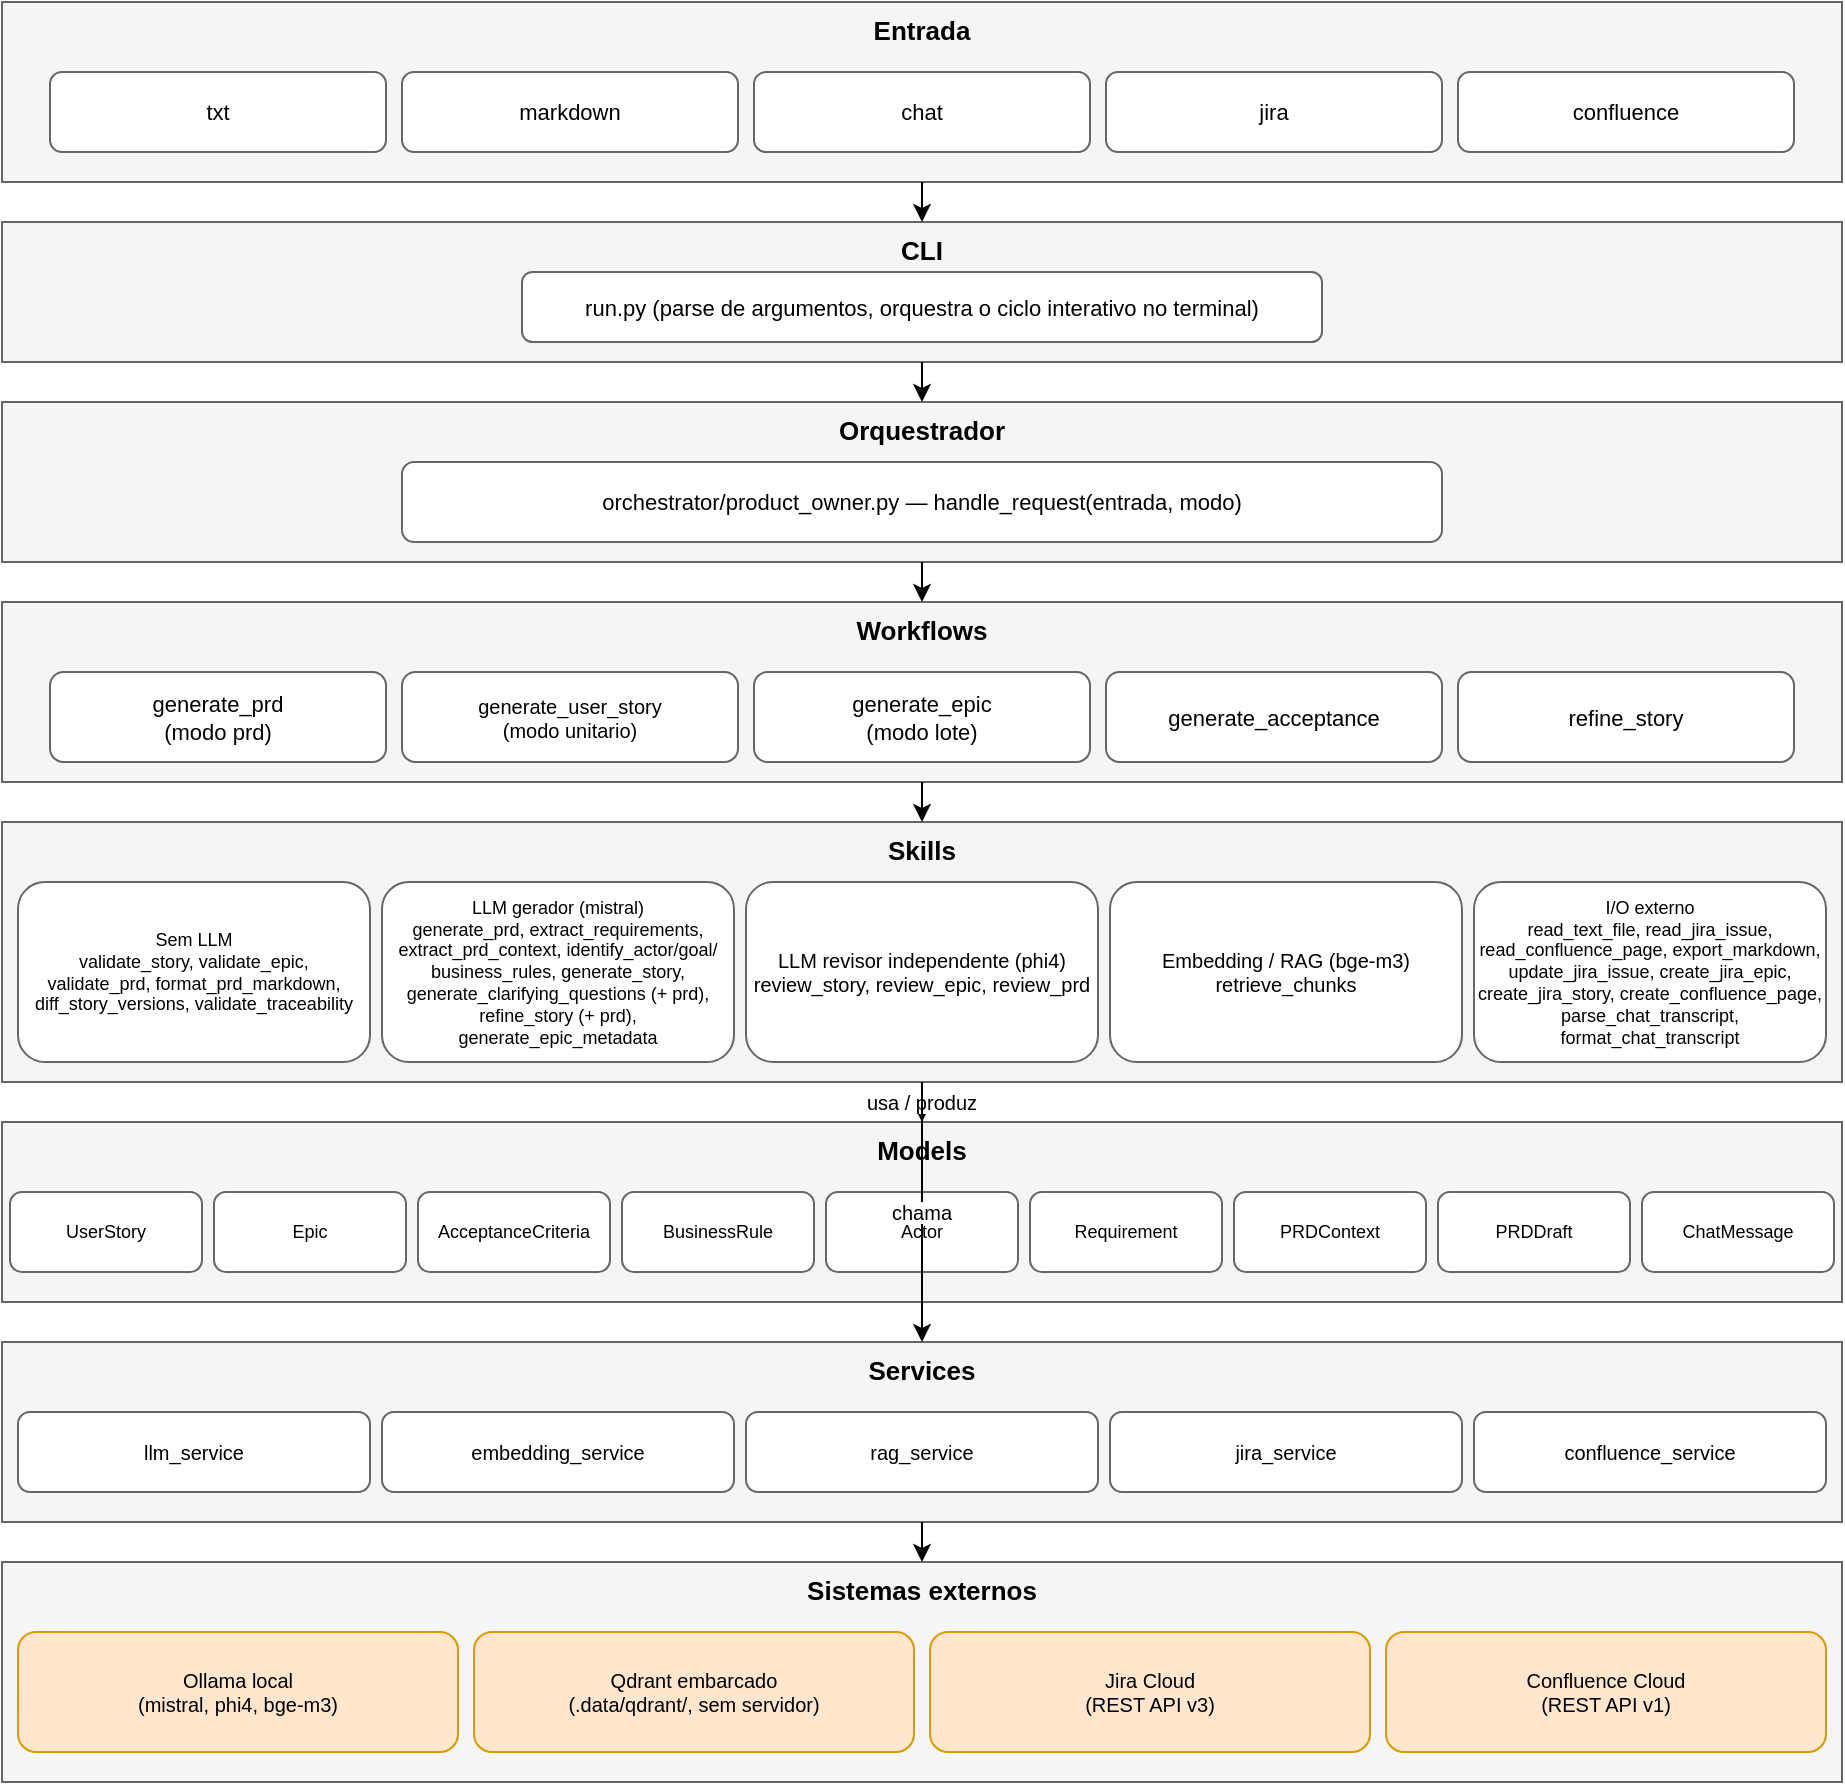
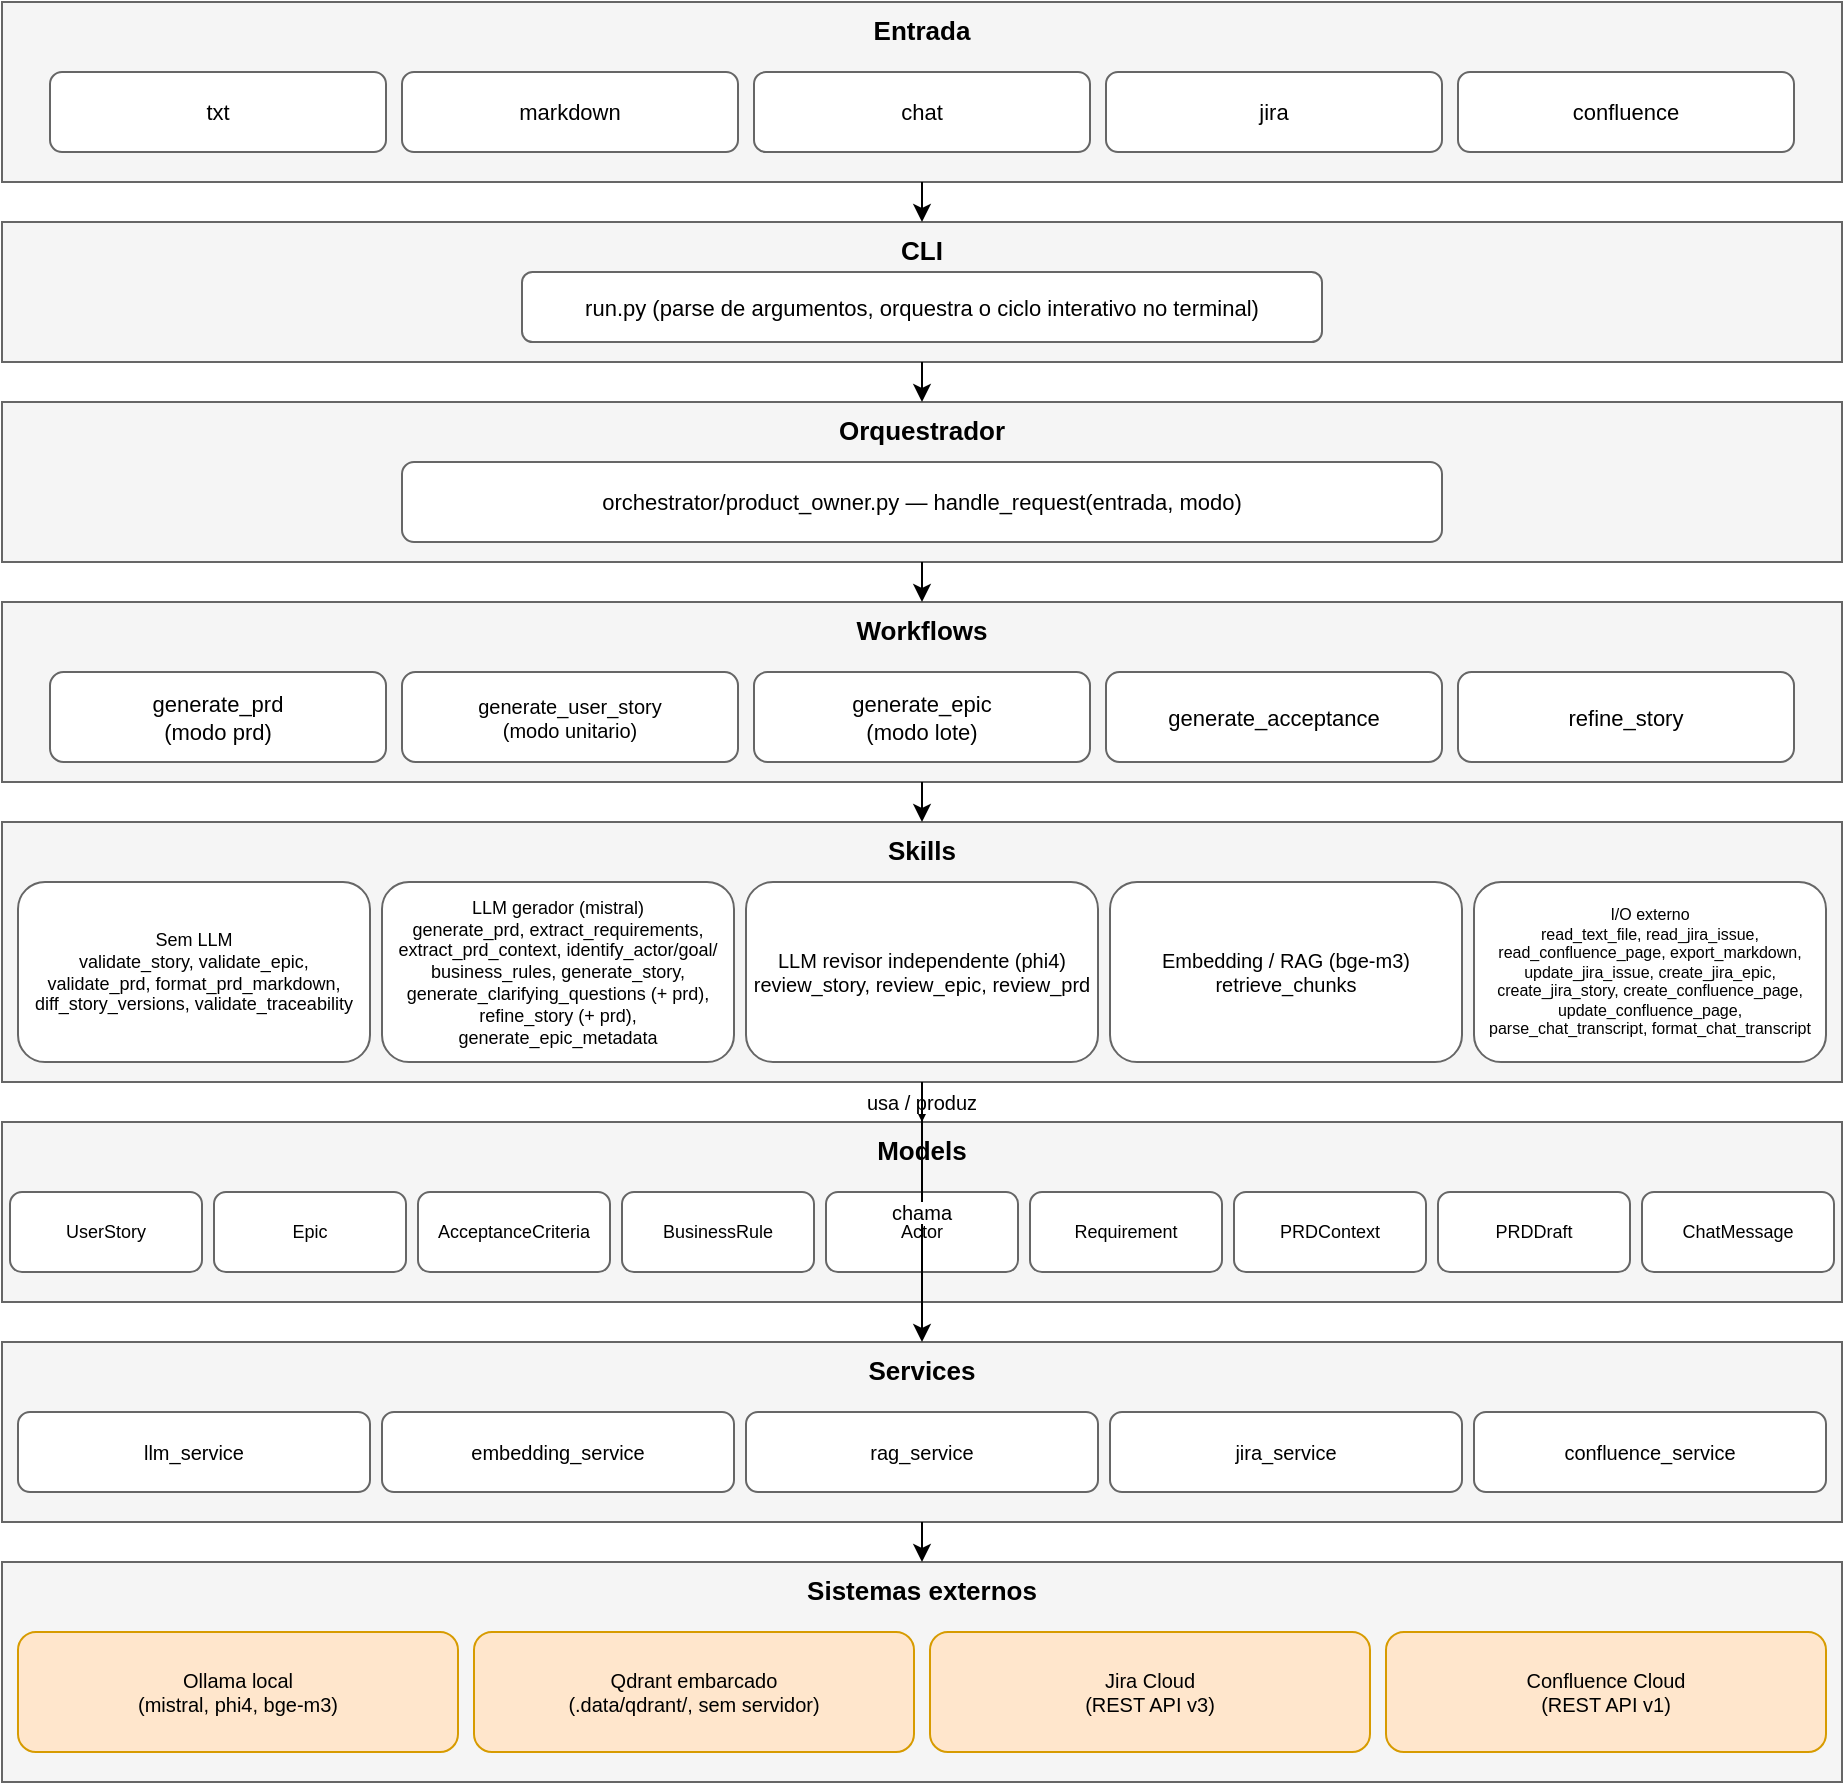
<?xml version="1.0" encoding="UTF-8"?>
<mxfile host="app.diagrams.net" agent="AQuA-QE Product Owner" version="24.0.0" type="device">
  <diagram id="camadas" name="1 - Arquitetura em camadas">
    <mxGraphModel dx="1200" dy="800" grid="1" gridSize="10" guides="1" tooltips="1" connect="1" arrows="1" fold="1" page="1" pageScale="1" pageWidth="1000" pageHeight="970" math="0" shadow="0">
      <root>
        <mxCell id="0" />
        <mxCell id="1" parent="0" />

        <mxCell id="bandEntrada" value="Entrada" style="rounded=0;whiteSpace=wrap;fillColor=#f5f5f5;strokeColor=#666666;verticalAlign=top;fontSize=13;fontStyle=1;container=1;collapsible=0;" vertex="1" parent="1">
          <mxGeometry x="40" y="40" width="920" height="90" as="geometry" />
        </mxCell>
        <mxCell id="ent1" value="txt" style="rounded=1;whiteSpace=wrap;fillColor=#ffffff;strokeColor=#666666;fontSize=11;" vertex="1" parent="bandEntrada">
          <mxGeometry x="24" y="35" width="168" height="40" as="geometry" />
        </mxCell>
        <mxCell id="ent2" value="markdown" style="rounded=1;whiteSpace=wrap;fillColor=#ffffff;strokeColor=#666666;fontSize=11;" vertex="1" parent="bandEntrada">
          <mxGeometry x="200" y="35" width="168" height="40" as="geometry" />
        </mxCell>
        <mxCell id="ent3" value="chat" style="rounded=1;whiteSpace=wrap;fillColor=#ffffff;strokeColor=#666666;fontSize=11;" vertex="1" parent="bandEntrada">
          <mxGeometry x="376" y="35" width="168" height="40" as="geometry" />
        </mxCell>
        <mxCell id="ent4" value="jira" style="rounded=1;whiteSpace=wrap;fillColor=#ffffff;strokeColor=#666666;fontSize=11;" vertex="1" parent="bandEntrada">
          <mxGeometry x="552" y="35" width="168" height="40" as="geometry" />
        </mxCell>
        <mxCell id="ent5" value="confluence" style="rounded=1;whiteSpace=wrap;fillColor=#ffffff;strokeColor=#666666;fontSize=11;" vertex="1" parent="bandEntrada">
          <mxGeometry x="728" y="35" width="168" height="40" as="geometry" />
        </mxCell>

        <mxCell id="bandCLI" value="CLI" style="rounded=0;whiteSpace=wrap;fillColor=#f5f5f5;strokeColor=#666666;verticalAlign=top;fontSize=13;fontStyle=1;container=1;collapsible=0;" vertex="1" parent="1">
          <mxGeometry x="40" y="150" width="920" height="70" as="geometry" />
        </mxCell>
        <mxCell id="cli1" value="run.py (parse de argumentos, orquestra o ciclo interativo no terminal)" style="rounded=1;whiteSpace=wrap;fillColor=#ffffff;strokeColor=#666666;fontSize=11;" vertex="1" parent="bandCLI">
          <mxGeometry x="260" y="25" width="400" height="35" as="geometry" />
        </mxCell>

        <mxCell id="bandOrq" value="Orquestrador" style="rounded=0;whiteSpace=wrap;fillColor=#f5f5f5;strokeColor=#666666;verticalAlign=top;fontSize=13;fontStyle=1;container=1;collapsible=0;" vertex="1" parent="1">
          <mxGeometry x="40" y="240" width="920" height="80" as="geometry" />
        </mxCell>
        <mxCell id="orq1" value="orchestrator/product_owner.py — handle_request(entrada, modo)" style="rounded=1;whiteSpace=wrap;fillColor=#ffffff;strokeColor=#666666;fontSize=11;" vertex="1" parent="bandOrq">
          <mxGeometry x="200" y="30" width="520" height="40" as="geometry" />
        </mxCell>

        <mxCell id="bandWorkflows" value="Workflows" style="rounded=0;whiteSpace=wrap;fillColor=#f5f5f5;strokeColor=#666666;verticalAlign=top;fontSize=13;fontStyle=1;container=1;collapsible=0;" vertex="1" parent="1">
          <mxGeometry x="40" y="340" width="920" height="90" as="geometry" />
        </mxCell>
        <mxCell id="wf0" value="generate_prd&#10;(modo prd)" style="rounded=1;whiteSpace=wrap;fillColor=#ffffff;strokeColor=#666666;fontSize=11;" vertex="1" parent="bandWorkflows">
          <mxGeometry x="24" y="35" width="168" height="45" as="geometry" />
        </mxCell>
        <mxCell id="wf1" value="generate_user_story&#10;(modo unitario)" style="rounded=1;whiteSpace=wrap;fillColor=#ffffff;strokeColor=#666666;fontSize=10;" vertex="1" parent="bandWorkflows">
          <mxGeometry x="200" y="35" width="168" height="45" as="geometry" />
        </mxCell>
        <mxCell id="wf2" value="generate_epic&#10;(modo lote)" style="rounded=1;whiteSpace=wrap;fillColor=#ffffff;strokeColor=#666666;fontSize=11;" vertex="1" parent="bandWorkflows">
          <mxGeometry x="376" y="35" width="168" height="45" as="geometry" />
        </mxCell>
        <mxCell id="wf3" value="generate_acceptance" style="rounded=1;whiteSpace=wrap;fillColor=#ffffff;strokeColor=#666666;fontSize=11;" vertex="1" parent="bandWorkflows">
          <mxGeometry x="552" y="35" width="168" height="45" as="geometry" />
        </mxCell>
        <mxCell id="wf4" value="refine_story" style="rounded=1;whiteSpace=wrap;fillColor=#ffffff;strokeColor=#666666;fontSize=11;" vertex="1" parent="bandWorkflows">
          <mxGeometry x="728" y="35" width="168" height="45" as="geometry" />
        </mxCell>

        <mxCell id="bandSkills" value="Skills" style="rounded=0;whiteSpace=wrap;fillColor=#f5f5f5;strokeColor=#666666;verticalAlign=top;fontSize=13;fontStyle=1;container=1;collapsible=0;" vertex="1" parent="1">
          <mxGeometry x="40" y="450" width="920" height="130" as="geometry" />
        </mxCell>
        <mxCell id="sk1" value="Sem LLM&#10;validate_story, validate_epic,&#10;validate_prd, format_prd_markdown,&#10;diff_story_versions, validate_traceability" style="rounded=1;whiteSpace=wrap;fillColor=#ffffff;strokeColor=#666666;fontSize=9;" vertex="1" parent="bandSkills">
          <mxGeometry x="8" y="30" width="176" height="90" as="geometry" />
        </mxCell>
        <mxCell id="sk2" value="LLM gerador (mistral)&#10;generate_prd, extract_requirements,&#10;extract_prd_context, identify_actor/goal/&#10;business_rules, generate_story,&#10;generate_clarifying_questions (+ prd),&#10;refine_story (+ prd), generate_epic_metadata" style="rounded=1;whiteSpace=wrap;fillColor=#ffffff;strokeColor=#666666;fontSize=9;" vertex="1" parent="bandSkills">
          <mxGeometry x="190" y="30" width="176" height="90" as="geometry" />
        </mxCell>
        <mxCell id="sk3" value="LLM revisor independente (phi4)&#10;review_story, review_epic, review_prd" style="rounded=1;whiteSpace=wrap;fillColor=#ffffff;strokeColor=#666666;fontSize=10;" vertex="1" parent="bandSkills">
          <mxGeometry x="372" y="30" width="176" height="90" as="geometry" />
        </mxCell>
        <mxCell id="sk4" value="Embedding / RAG (bge-m3)&#10;retrieve_chunks" style="rounded=1;whiteSpace=wrap;fillColor=#ffffff;strokeColor=#666666;fontSize=10;" vertex="1" parent="bandSkills">
          <mxGeometry x="554" y="30" width="176" height="90" as="geometry" />
        </mxCell>
-         <mxCell id="sk5" value="I/O externo&#10;read_text_file, read_jira_issue,&#10;read_confluence_page, export_markdown,&#10;update_jira_issue, create_jira_epic,&#10;create_jira_story, create_confluence_page,&#10;parse_chat_transcript, format_chat_transcript" style="rounded=1;whiteSpace=wrap;fillColor=#ffffff;strokeColor=#666666;fontSize=9;" vertex="1" parent="bandSkills">
+         <mxCell id="sk5" value="I/O externo&#10;read_text_file, read_jira_issue,&#10;read_confluence_page, export_markdown,&#10;update_jira_issue, create_jira_epic,&#10;create_jira_story, create_confluence_page,&#10;update_confluence_page,&#10;parse_chat_transcript, format_chat_transcript" style="rounded=1;whiteSpace=wrap;fillColor=#ffffff;strokeColor=#666666;fontSize=8;" vertex="1" parent="bandSkills">
          <mxGeometry x="736" y="30" width="176" height="90" as="geometry" />
        </mxCell>

        <mxCell id="bandModels" value="Models" style="rounded=0;whiteSpace=wrap;fillColor=#f5f5f5;strokeColor=#666666;verticalAlign=top;fontSize=13;fontStyle=1;container=1;collapsible=0;" vertex="1" parent="1">
          <mxGeometry x="40" y="600" width="920" height="90" as="geometry" />
        </mxCell>
        <mxCell id="mdl1" value="UserStory" style="rounded=1;whiteSpace=wrap;fillColor=#ffffff;strokeColor=#666666;fontSize=9;" vertex="1" parent="bandModels">
          <mxGeometry x="4" y="35" width="96" height="40" as="geometry" />
        </mxCell>
        <mxCell id="mdl2" value="Epic" style="rounded=1;whiteSpace=wrap;fillColor=#ffffff;strokeColor=#666666;fontSize=9;" vertex="1" parent="bandModels">
          <mxGeometry x="106" y="35" width="96" height="40" as="geometry" />
        </mxCell>
        <mxCell id="mdl3" value="AcceptanceCriteria" style="rounded=1;whiteSpace=wrap;fillColor=#ffffff;strokeColor=#666666;fontSize=9;" vertex="1" parent="bandModels">
          <mxGeometry x="208" y="35" width="96" height="40" as="geometry" />
        </mxCell>
        <mxCell id="mdl4" value="BusinessRule" style="rounded=1;whiteSpace=wrap;fillColor=#ffffff;strokeColor=#666666;fontSize=9;" vertex="1" parent="bandModels">
          <mxGeometry x="310" y="35" width="96" height="40" as="geometry" />
        </mxCell>
        <mxCell id="mdl5" value="Actor" style="rounded=1;whiteSpace=wrap;fillColor=#ffffff;strokeColor=#666666;fontSize=9;" vertex="1" parent="bandModels">
          <mxGeometry x="412" y="35" width="96" height="40" as="geometry" />
        </mxCell>
        <mxCell id="mdl6" value="Requirement" style="rounded=1;whiteSpace=wrap;fillColor=#ffffff;strokeColor=#666666;fontSize=9;" vertex="1" parent="bandModels">
          <mxGeometry x="514" y="35" width="96" height="40" as="geometry" />
        </mxCell>
        <mxCell id="mdl7" value="PRDContext" style="rounded=1;whiteSpace=wrap;fillColor=#ffffff;strokeColor=#666666;fontSize=9;" vertex="1" parent="bandModels">
          <mxGeometry x="616" y="35" width="96" height="40" as="geometry" />
        </mxCell>
        <mxCell id="mdl8" value="PRDDraft" style="rounded=1;whiteSpace=wrap;fillColor=#ffffff;strokeColor=#666666;fontSize=9;" vertex="1" parent="bandModels">
          <mxGeometry x="718" y="35" width="96" height="40" as="geometry" />
        </mxCell>
        <mxCell id="mdl9" value="ChatMessage" style="rounded=1;whiteSpace=wrap;fillColor=#ffffff;strokeColor=#666666;fontSize=9;" vertex="1" parent="bandModels">
          <mxGeometry x="820" y="35" width="96" height="40" as="geometry" />
        </mxCell>

        <mxCell id="bandServices" value="Services" style="rounded=0;whiteSpace=wrap;fillColor=#f5f5f5;strokeColor=#666666;verticalAlign=top;fontSize=13;fontStyle=1;container=1;collapsible=0;" vertex="1" parent="1">
          <mxGeometry x="40" y="710" width="920" height="90" as="geometry" />
        </mxCell>
        <mxCell id="svc1" value="llm_service" style="rounded=1;whiteSpace=wrap;fillColor=#ffffff;strokeColor=#666666;fontSize=10;" vertex="1" parent="bandServices">
          <mxGeometry x="8" y="35" width="176" height="40" as="geometry" />
        </mxCell>
        <mxCell id="svc2" value="embedding_service" style="rounded=1;whiteSpace=wrap;fillColor=#ffffff;strokeColor=#666666;fontSize=10;" vertex="1" parent="bandServices">
          <mxGeometry x="190" y="35" width="176" height="40" as="geometry" />
        </mxCell>
        <mxCell id="svc3" value="rag_service" style="rounded=1;whiteSpace=wrap;fillColor=#ffffff;strokeColor=#666666;fontSize=10;" vertex="1" parent="bandServices">
          <mxGeometry x="372" y="35" width="176" height="40" as="geometry" />
        </mxCell>
        <mxCell id="svc4" value="jira_service" style="rounded=1;whiteSpace=wrap;fillColor=#ffffff;strokeColor=#666666;fontSize=10;" vertex="1" parent="bandServices">
          <mxGeometry x="554" y="35" width="176" height="40" as="geometry" />
        </mxCell>
        <mxCell id="svc5" value="confluence_service" style="rounded=1;whiteSpace=wrap;fillColor=#ffffff;strokeColor=#666666;fontSize=10;" vertex="1" parent="bandServices">
          <mxGeometry x="736" y="35" width="176" height="40" as="geometry" />
        </mxCell>

        <mxCell id="bandExternos" value="Sistemas externos" style="rounded=0;whiteSpace=wrap;fillColor=#f5f5f5;strokeColor=#666666;verticalAlign=top;fontSize=13;fontStyle=1;container=1;collapsible=0;" vertex="1" parent="1">
          <mxGeometry x="40" y="820" width="920" height="110" as="geometry" />
        </mxCell>
        <mxCell id="ext1" value="Ollama local&#10;(mistral, phi4, bge-m3)" style="rounded=1;whiteSpace=wrap;fillColor=#ffe6cc;strokeColor=#d79b00;fontSize=10;" vertex="1" parent="bandExternos">
          <mxGeometry x="8" y="35" width="220" height="60" as="geometry" />
        </mxCell>
        <mxCell id="ext2" value="Qdrant embarcado&#10;(.data/qdrant/, sem servidor)" style="rounded=1;whiteSpace=wrap;fillColor=#ffe6cc;strokeColor=#d79b00;fontSize=10;" vertex="1" parent="bandExternos">
          <mxGeometry x="236" y="35" width="220" height="60" as="geometry" />
        </mxCell>
        <mxCell id="ext3" value="Jira Cloud&#10;(REST API v3)" style="rounded=1;whiteSpace=wrap;fillColor=#ffe6cc;strokeColor=#d79b00;fontSize=10;" vertex="1" parent="bandExternos">
          <mxGeometry x="464" y="35" width="220" height="60" as="geometry" />
        </mxCell>
        <mxCell id="ext4" value="Confluence Cloud&#10;(REST API v1)" style="rounded=1;whiteSpace=wrap;fillColor=#ffe6cc;strokeColor=#d79b00;fontSize=10;" vertex="1" parent="bandExternos">
          <mxGeometry x="692" y="35" width="220" height="60" as="geometry" />
        </mxCell>

        <mxCell id="e1" style="edgeStyle=orthogonalEdgeStyle;rounded=0;" edge="1" parent="1" source="bandEntrada" target="bandCLI"><mxGeometry relative="1" as="geometry" /></mxCell>
        <mxCell id="e2" style="edgeStyle=orthogonalEdgeStyle;rounded=0;" edge="1" parent="1" source="bandCLI" target="bandOrq"><mxGeometry relative="1" as="geometry" /></mxCell>
        <mxCell id="e3" style="edgeStyle=orthogonalEdgeStyle;rounded=0;" edge="1" parent="1" source="bandOrq" target="bandWorkflows"><mxGeometry relative="1" as="geometry" /></mxCell>
        <mxCell id="e4" style="edgeStyle=orthogonalEdgeStyle;rounded=0;" edge="1" parent="1" source="bandWorkflows" target="bandSkills"><mxGeometry relative="1" as="geometry" /></mxCell>
        <mxCell id="e5" value="usa / produz" style="edgeStyle=orthogonalEdgeStyle;rounded=0;fontSize=10;" edge="1" parent="1" source="bandSkills" target="bandModels"><mxGeometry relative="1" as="geometry" /></mxCell>
        <mxCell id="e6" value="chama" style="edgeStyle=orthogonalEdgeStyle;rounded=0;fontSize=10;" edge="1" parent="1" source="bandSkills" target="bandServices"><mxGeometry relative="1" as="geometry" /></mxCell>
        <mxCell id="e7" style="edgeStyle=orthogonalEdgeStyle;rounded=0;" edge="1" parent="1" source="bandServices" target="bandExternos"><mxGeometry relative="1" as="geometry" /></mxCell>
      </root>
    </mxGraphModel>
  </diagram>

  <diagram id="fluxounitario" name="2 - Fluxo modo unitario">
    <mxGraphModel dx="1200" dy="800" grid="1" gridSize="10" guides="1" tooltips="1" connect="1" arrows="1" fold="1" page="1" pageScale="1" pageWidth="1100" pageHeight="1460" math="0" shadow="0">
      <root>
        <mxCell id="0" />
        <mxCell id="1" parent="0" />

        <mxCell id="u_n1" value="Entrada&#10;(.txt/.md, chat ou ticket Jira)" style="ellipse;whiteSpace=wrap;fillColor=#d5e8d4;strokeColor=#82b366;fontSize=12;" vertex="1" parent="1">
          <mxGeometry x="380" y="40" width="300" height="60" as="geometry" />
        </mxCell>
        <mxCell id="u_n2" value="read_text_file / read_jira_issue" style="rounded=1;whiteSpace=wrap;fillColor=#dae8fc;strokeColor=#6c8ebf;fontSize=12;" vertex="1" parent="1">
          <mxGeometry x="380" y="130" width="300" height="50" as="geometry" />
        </mxCell>
        <mxCell id="u_n3" value="extract_requirements" style="rounded=1;whiteSpace=wrap;fillColor=#dae8fc;strokeColor=#6c8ebf;fontSize=12;" vertex="1" parent="1">
          <mxGeometry x="380" y="210" width="300" height="50" as="geometry" />
        </mxCell>
        <mxCell id="u_n4" value="retrieve_chunks (opcional)&#10;RAG sobre knowledge/methodology/" style="rounded=1;whiteSpace=wrap;fillColor=#f5f5f5;strokeColor=#666666;dashed=1;fontSize=11;" vertex="1" parent="1">
          <mxGeometry x="380" y="290" width="300" height="50" as="geometry" />
        </mxCell>
        <mxCell id="u_n5" value="identify_actor / identify_goal /&#10;identify_business_rules" style="rounded=1;whiteSpace=wrap;fillColor=#dae8fc;strokeColor=#6c8ebf;fontSize=12;" vertex="1" parent="1">
          <mxGeometry x="380" y="370" width="300" height="60" as="geometry" />
        </mxCell>
        <mxCell id="u_n6" value="generate_story (LLM gerador - mistral)" style="rounded=1;whiteSpace=wrap;fillColor=#dae8fc;strokeColor=#6c8ebf;fontSize=12;" vertex="1" parent="1">
          <mxGeometry x="380" y="460" width="300" height="50" as="geometry" />
        </mxCell>
        <mxCell id="u_d1" value="validate_story:&#10;passa no checklist&#10;INVEST/DoR?" style="rhombus;whiteSpace=wrap;fillColor=#ffe6cc;strokeColor=#d79b00;fontSize=12;" vertex="1" parent="1">
          <mxGeometry x="380" y="540" width="300" height="100" as="geometry" />
        </mxCell>
        <mxCell id="u_b1" value="PENDING_CLARIFICATION&#10;(RULE-004): agente para e pede&#10;esclarecimento ao usuario" style="rounded=1;whiteSpace=wrap;fillColor=#f8cecc;strokeColor=#b85450;dashed=1;fontSize=11;" vertex="1" parent="1">
          <mxGeometry x="760" y="555" width="280" height="70" as="geometry" />
        </mxCell>
        <mxCell id="u_n7" value="review_story (LLM revisor - phi4)" style="rounded=1;whiteSpace=wrap;fillColor=#dae8fc;strokeColor=#6c8ebf;fontSize=12;" vertex="1" parent="1">
          <mxGeometry x="380" y="670" width="300" height="50" as="geometry" />
        </mxCell>
        <mxCell id="u_d2" value="Aprovado pelo&#10;revisor independente?" style="rhombus;whiteSpace=wrap;fillColor=#ffe6cc;strokeColor=#d79b00;fontSize=12;" vertex="1" parent="1">
          <mxGeometry x="380" y="750" width="300" height="100" as="geometry" />
        </mxCell>
        <mxCell id="u_b2" value="Ver Diagrama 4:&#10;Ciclo de refinamento&#10;humano-no-loop" style="shape=process;whiteSpace=wrap;fillColor=#fff2cc;strokeColor=#d6b656;fontSize=11;" vertex="1" parent="1">
          <mxGeometry x="760" y="765" width="280" height="70" as="geometry" />
        </mxCell>
        <mxCell id="u_n8" value="export_markdown&#10;(status: draft_validated)" style="rounded=1;whiteSpace=wrap;fillColor=#dae8fc;strokeColor=#6c8ebf;fontSize=12;" vertex="1" parent="1">
          <mxGeometry x="380" y="880" width="300" height="50" as="geometry" />
        </mxCell>
        <mxCell id="u_d3" value="Aceite humano&#10;explicito?" style="rhombus;whiteSpace=wrap;fillColor=#ffe6cc;strokeColor=#d79b00;fontSize=12;" vertex="1" parent="1">
          <mxGeometry x="380" y="960" width="300" height="100" as="geometry" />
        </mxCell>
        <mxCell id="u_b3" value="Nao aceito:&#10;permanece draft_validated&#10;(aguardando novo ciclo)" style="rounded=1;whiteSpace=wrap;fillColor=#f8cecc;strokeColor=#b85450;dashed=1;fontSize=11;" vertex="1" parent="1">
          <mxGeometry x="760" y="975" width="280" height="70" as="geometry" />
        </mxCell>
        <mxCell id="u_n9" value="status: ACCEPTED" style="rounded=1;whiteSpace=wrap;fillColor=#d5e8d4;strokeColor=#82b366;fontSize=12;fontStyle=1;" vertex="1" parent="1">
          <mxGeometry x="380" y="1090" width="300" height="50" as="geometry" />
        </mxCell>
        <mxCell id="u_d4" value="Origem era um&#10;ticket Jira?" style="rhombus;whiteSpace=wrap;fillColor=#ffe6cc;strokeColor=#d79b00;fontSize=12;" vertex="1" parent="1">
          <mxGeometry x="380" y="1170" width="300" height="100" as="geometry" />
        </mxCell>
        <mxCell id="u_n10" value="update_jira_issue&#10;(write-back no ticket, sob confirmacao)" style="rounded=1;whiteSpace=wrap;fillColor=#dae8fc;strokeColor=#6c8ebf;fontSize=12;" vertex="1" parent="1">
          <mxGeometry x="380" y="1300" width="300" height="50" as="geometry" />
        </mxCell>
        <mxCell id="u_end" value="Fim" style="ellipse;whiteSpace=wrap;fillColor=#d5e8d4;strokeColor=#82b366;fontSize=12;" vertex="1" parent="1">
          <mxGeometry x="380" y="1390" width="300" height="50" as="geometry" />
        </mxCell>

        <mxCell id="ue1" style="edgeStyle=orthogonalEdgeStyle;rounded=0;" edge="1" parent="1" source="u_n1" target="u_n2"><mxGeometry relative="1" as="geometry" /></mxCell>
        <mxCell id="ue2" style="edgeStyle=orthogonalEdgeStyle;rounded=0;" edge="1" parent="1" source="u_n2" target="u_n3"><mxGeometry relative="1" as="geometry" /></mxCell>
        <mxCell id="ue3" style="edgeStyle=orthogonalEdgeStyle;rounded=0;" edge="1" parent="1" source="u_n3" target="u_n4"><mxGeometry relative="1" as="geometry" /></mxCell>
        <mxCell id="ue4" style="edgeStyle=orthogonalEdgeStyle;rounded=0;" edge="1" parent="1" source="u_n4" target="u_n5"><mxGeometry relative="1" as="geometry" /></mxCell>
        <mxCell id="ue5" style="edgeStyle=orthogonalEdgeStyle;rounded=0;" edge="1" parent="1" source="u_n5" target="u_n6"><mxGeometry relative="1" as="geometry" /></mxCell>
        <mxCell id="ue6" style="edgeStyle=orthogonalEdgeStyle;rounded=0;" edge="1" parent="1" source="u_n6" target="u_d1"><mxGeometry relative="1" as="geometry" /></mxCell>
        <mxCell id="ue7" value="Nao" style="edgeStyle=orthogonalEdgeStyle;rounded=0;fontSize=11;" edge="1" parent="1" source="u_d1" target="u_b1"><mxGeometry relative="1" as="geometry" /></mxCell>
        <mxCell id="ue8" value="Sim" style="edgeStyle=orthogonalEdgeStyle;rounded=0;fontSize=11;" edge="1" parent="1" source="u_d1" target="u_n7"><mxGeometry relative="1" as="geometry" /></mxCell>
        <mxCell id="ue9" style="edgeStyle=orthogonalEdgeStyle;rounded=0;" edge="1" parent="1" source="u_n7" target="u_d2"><mxGeometry relative="1" as="geometry" /></mxCell>
        <mxCell id="ue10" value="Nao" style="edgeStyle=orthogonalEdgeStyle;rounded=0;fontSize=11;" edge="1" parent="1" source="u_d2" target="u_b2"><mxGeometry relative="1" as="geometry" /></mxCell>
        <mxCell id="ue11" value="Sim" style="edgeStyle=orthogonalEdgeStyle;rounded=0;fontSize=11;" edge="1" parent="1" source="u_d2" target="u_n8"><mxGeometry relative="1" as="geometry" /></mxCell>
        <mxCell id="ue12" value="story refinada&#10;(revalidar)" style="edgeStyle=orthogonalEdgeStyle;rounded=0;fontSize=10;exitX=1;exitY=0;entryX=1;entryY=0.5;" edge="1" parent="1" source="u_b2" target="u_d1"><mxGeometry relative="1" as="geometry" /></mxCell>
        <mxCell id="ue13" style="edgeStyle=orthogonalEdgeStyle;rounded=0;" edge="1" parent="1" source="u_n8" target="u_d3"><mxGeometry relative="1" as="geometry" /></mxCell>
        <mxCell id="ue14" value="Nao" style="edgeStyle=orthogonalEdgeStyle;rounded=0;fontSize=11;" edge="1" parent="1" source="u_d3" target="u_b3"><mxGeometry relative="1" as="geometry" /></mxCell>
        <mxCell id="ue15" value="Sim" style="edgeStyle=orthogonalEdgeStyle;rounded=0;fontSize=11;" edge="1" parent="1" source="u_d3" target="u_n9"><mxGeometry relative="1" as="geometry" /></mxCell>
        <mxCell id="ue16" style="edgeStyle=orthogonalEdgeStyle;rounded=0;" edge="1" parent="1" source="u_n9" target="u_d4"><mxGeometry relative="1" as="geometry" /></mxCell>
        <mxCell id="ue17" value="Sim" style="edgeStyle=orthogonalEdgeStyle;rounded=0;fontSize=11;" edge="1" parent="1" source="u_d4" target="u_n10"><mxGeometry relative="1" as="geometry" /></mxCell>
        <mxCell id="ue18" value="Nao" style="edgeStyle=orthogonalEdgeStyle;rounded=0;fontSize=11;exitX=0;exitY=0.5;entryX=0;entryY=0.5;" edge="1" parent="1" source="u_d4" target="u_end"><mxGeometry relative="1" as="geometry" /></mxCell>
        <mxCell id="ue19" style="edgeStyle=orthogonalEdgeStyle;rounded=0;" edge="1" parent="1" source="u_n10" target="u_end"><mxGeometry relative="1" as="geometry" /></mxCell>
      </root>
    </mxGraphModel>
  </diagram>

  <diagram id="fluxoepico" name="3 - Fluxo modo lote (Epico)">
    <mxGraphModel dx="1200" dy="800" grid="1" gridSize="10" guides="1" tooltips="1" connect="1" arrows="1" fold="1" page="1" pageScale="1" pageWidth="1150" pageHeight="2070" math="0" shadow="0">
      <root>
        <mxCell id="0" />
        <mxCell id="1" parent="0" />

        <mxCell id="e_n1" value="Entrada completa&#10;(.txt/.md ou pagina Confluence)" style="ellipse;whiteSpace=wrap;fillColor=#d5e8d4;strokeColor=#82b366;fontSize=12;" vertex="1" parent="1">
          <mxGeometry x="380" y="40" width="340" height="60" as="geometry" />
        </mxCell>
        <mxCell id="e_n2" value="read_text_file / read_confluence_page" style="rounded=1;whiteSpace=wrap;fillColor=#dae8fc;strokeColor=#6c8ebf;fontSize=12;" vertex="1" parent="1">
          <mxGeometry x="380" y="130" width="340" height="50" as="geometry" />
        </mxCell>
        <mxCell id="e_n3" value="extract_requirements&#10;(lista de requisitos candidatos)" style="rounded=1;whiteSpace=wrap;fillColor=#dae8fc;strokeColor=#6c8ebf;fontSize=12;" vertex="1" parent="1">
          <mxGeometry x="380" y="210" width="340" height="50" as="geometry" />
        </mxCell>
        <mxCell id="e_n3b" value="extract_prd_context&#10;(visao, requisitos nao funcionais, riscos,&#10;criterios de sucesso, restricoes, dependencias)" style="rounded=1;whiteSpace=wrap;fillColor=#dae8fc;strokeColor=#6c8ebf;fontSize=11;" vertex="1" parent="1">
          <mxGeometry x="380" y="290" width="340" height="60" as="geometry" />
        </mxCell>
        <mxCell id="e_n3c" value="identify_epic_groups&#10;(agrupa requisitos por coerencia tematica --&#10;1 grupo se coeso, N se cobrir frentes distintas)" style="rounded=1;whiteSpace=wrap;fillColor=#dae8fc;strokeColor=#6c8ebf;fontSize=11;" vertex="1" parent="1">
          <mxGeometry x="380" y="380" width="340" height="60" as="geometry" />
        </mxCell>
        <mxCell id="e_n4" value="Por grupo: generate_epic_metadata&#10;(texto + requisitos do grupo -- SEM stories ainda)" style="rounded=1;whiteSpace=wrap;fillColor=#dae8fc;strokeColor=#6c8ebf;fontSize=11;" vertex="1" parent="1">
          <mxGeometry x="380" y="470" width="340" height="50" as="geometry" />
        </mxCell>
        <mxCell id="e_n5" value="validate_epic (checklist Python puro)" style="rounded=1;whiteSpace=wrap;fillColor=#dae8fc;strokeColor=#6c8ebf;fontSize=12;" vertex="1" parent="1">
          <mxGeometry x="380" y="550" width="340" height="50" as="geometry" />
        </mxCell>
        <mxCell id="e_d0" value="Continuar e gerar as User Stories&#10;d{estes N Epicos / este Epico}?" style="rhombus;whiteSpace=wrap;fillColor=#ffe6cc;strokeColor=#d79b00;fontSize=12;fontStyle=1;" vertex="1" parent="1">
          <mxGeometry x="380" y="630" width="340" height="100" as="geometry" />
        </mxCell>
        <mxCell id="e_bstop" value="Execucao interrompida:&#10;nenhuma User Story foi gerada" style="rounded=1;whiteSpace=wrap;fillColor=#f8cecc;strokeColor=#b85450;dashed=1;fontSize=11;" vertex="1" parent="1">
          <mxGeometry x="800" y="650" width="300" height="60" as="geometry" />
        </mxCell>
        <mxCell id="e_note1" value="Por Epico, para cada requisito do seu grupo:" style="text;align=center;fontStyle=2;fontSize=11;" vertex="1" parent="1">
          <mxGeometry x="380" y="760" width="340" height="30" as="geometry" />
        </mxCell>
        <mxCell id="e_n6" value="identify_actor / identify_goal /&#10;identify_business_rules" style="rounded=1;whiteSpace=wrap;fillColor=#dae8fc;strokeColor=#6c8ebf;fontSize=12;" vertex="1" parent="1">
          <mxGeometry x="380" y="800" width="340" height="60" as="geometry" />
        </mxCell>
        <mxCell id="e_d1" value="Ator e objetivo&#10;identificados com confianca?" style="rhombus;whiteSpace=wrap;fillColor=#ffe6cc;strokeColor=#d79b00;fontSize=12;" vertex="1" parent="1">
          <mxGeometry x="380" y="880" width="340" height="100" as="geometry" />
        </mxCell>
        <mxCell id="e_n7" value="Nao: unresolved_items += item&#10;(nao trava o restante do lote)" style="rounded=1;whiteSpace=wrap;fillColor=#f8cecc;strokeColor=#b85450;dashed=1;fontSize=11;" vertex="1" parent="1">
          <mxGeometry x="800" y="900" width="300" height="60" as="geometry" />
        </mxCell>
        <mxCell id="e_n8" value="Sim: gera a story completa&#10;(mesmo pipeline do Diagrama 2:&#10;generate_story -&gt; validate_story -&gt; review_story)" style="shape=process;whiteSpace=wrap;fillColor=#fff2cc;strokeColor=#d6b656;fontSize=11;" vertex="1" parent="1">
          <mxGeometry x="380" y="1000" width="340" height="70" as="geometry" />
        </mxCell>
        <mxCell id="e_n9" value="story draft_validated adicionada&#10;a epic.stories" style="rounded=1;whiteSpace=wrap;fillColor=#dae8fc;strokeColor=#6c8ebf;fontSize=12;" vertex="1" parent="1">
          <mxGeometry x="380" y="1090" width="340" height="50" as="geometry" />
        </mxCell>
        <mxCell id="e_n10" value="validate_traceability:&#10;stories_duplicadas, stories_sem_valor,&#10;requisitos_orfaos" style="rounded=1;whiteSpace=wrap;fillColor=#dae8fc;strokeColor=#6c8ebf;fontSize=12;" vertex="1" parent="1">
          <mxGeometry x="380" y="1180" width="340" height="60" as="geometry" />
        </mxCell>
        <mxCell id="e_n11" value="review_epic (LLM revisor - phi4,&#10;agora com as stories existentes)" style="rounded=1;whiteSpace=wrap;fillColor=#dae8fc;strokeColor=#6c8ebf;fontSize=12;" vertex="1" parent="1">
          <mxGeometry x="380" y="1270" width="340" height="60" as="geometry" />
        </mxCell>
        <mxCell id="e_n12" value="Refinamento por story&#10;(ver Diagrama 4, por story reprovada)" style="shape=process;whiteSpace=wrap;fillColor=#fff2cc;strokeColor=#d6b656;fontSize=11;" vertex="1" parent="1">
          <mxGeometry x="380" y="1360" width="340" height="60" as="geometry" />
        </mxCell>
        <mxCell id="e_d2" value="Aceite humano&#10;explicito do Epico?" style="rhombus;whiteSpace=wrap;fillColor=#ffe6cc;strokeColor=#d79b00;fontSize=12;" vertex="1" parent="1">
          <mxGeometry x="380" y="1450" width="340" height="100" as="geometry" />
        </mxCell>
        <mxCell id="e_bno" value="Permanece draft_validated /&#10;pending_clarification" style="rounded=1;whiteSpace=wrap;fillColor=#f8cecc;strokeColor=#b85450;dashed=1;fontSize=11;" vertex="1" parent="1">
          <mxGeometry x="800" y="1470" width="300" height="60" as="geometry" />
        </mxCell>
        <mxCell id="e_n13" value="status Epico: ACCEPTED" style="rounded=1;whiteSpace=wrap;fillColor=#d5e8d4;strokeColor=#82b366;fontSize=12;fontStyle=1;" vertex="1" parent="1">
          <mxGeometry x="380" y="1580" width="340" height="50" as="geometry" />
        </mxCell>
        <mxCell id="e_d3" value="Usuario pediu&#10;--criar-jira?" style="rhombus;whiteSpace=wrap;fillColor=#ffe6cc;strokeColor=#d79b00;fontSize=12;" vertex="1" parent="1">
          <mxGeometry x="380" y="1660" width="340" height="100" as="geometry" />
        </mxCell>
        <mxCell id="e_n14" value="create_jira_epic -&gt; cria ticket Epico" style="rounded=1;whiteSpace=wrap;fillColor=#dae8fc;strokeColor=#6c8ebf;fontSize=12;" vertex="1" parent="1">
          <mxGeometry x="380" y="1790" width="340" height="50" as="geometry" />
        </mxCell>
        <mxCell id="e_n15" value="create_jira_story (para cada story)&#10;-&gt; cria tickets filhos" style="rounded=1;whiteSpace=wrap;fillColor=#dae8fc;strokeColor=#6c8ebf;fontSize=12;" vertex="1" parent="1">
          <mxGeometry x="380" y="1870" width="340" height="50" as="geometry" />
        </mxCell>
        <mxCell id="e_end" value="Fim" style="ellipse;whiteSpace=wrap;fillColor=#d5e8d4;strokeColor=#82b366;fontSize=12;" vertex="1" parent="1">
          <mxGeometry x="380" y="1950" width="340" height="50" as="geometry" />
        </mxCell>

        <mxCell id="ee1" style="edgeStyle=orthogonalEdgeStyle;rounded=0;" edge="1" parent="1" source="e_n1" target="e_n2"><mxGeometry relative="1" as="geometry" /></mxCell>
        <mxCell id="ee2" style="edgeStyle=orthogonalEdgeStyle;rounded=0;" edge="1" parent="1" source="e_n2" target="e_n3"><mxGeometry relative="1" as="geometry" /></mxCell>
        <mxCell id="ee2b" style="edgeStyle=orthogonalEdgeStyle;rounded=0;" edge="1" parent="1" source="e_n3" target="e_n3b"><mxGeometry relative="1" as="geometry" /></mxCell>
        <mxCell id="ee2c" style="edgeStyle=orthogonalEdgeStyle;rounded=0;" edge="1" parent="1" source="e_n3b" target="e_n3c"><mxGeometry relative="1" as="geometry" /></mxCell>
        <mxCell id="ee3" style="edgeStyle=orthogonalEdgeStyle;rounded=0;" edge="1" parent="1" source="e_n3c" target="e_n4"><mxGeometry relative="1" as="geometry" /></mxCell>
        <mxCell id="ee4" style="edgeStyle=orthogonalEdgeStyle;rounded=0;" edge="1" parent="1" source="e_n4" target="e_n5"><mxGeometry relative="1" as="geometry" /></mxCell>
        <mxCell id="ee5" style="edgeStyle=orthogonalEdgeStyle;rounded=0;" edge="1" parent="1" source="e_n5" target="e_d0"><mxGeometry relative="1" as="geometry" /></mxCell>
        <mxCell id="ee6" value="Nao" style="edgeStyle=orthogonalEdgeStyle;rounded=0;fontSize=11;" edge="1" parent="1" source="e_d0" target="e_bstop"><mxGeometry relative="1" as="geometry" /></mxCell>
        <mxCell id="ee7" value="Sim" style="edgeStyle=orthogonalEdgeStyle;rounded=0;fontSize=11;" edge="1" parent="1" source="e_d0" target="e_note1"><mxGeometry relative="1" as="geometry" /></mxCell>
        <mxCell id="ee8" style="edgeStyle=orthogonalEdgeStyle;rounded=0;" edge="1" parent="1" source="e_note1" target="e_n6"><mxGeometry relative="1" as="geometry" /></mxCell>
        <mxCell id="ee9" style="edgeStyle=orthogonalEdgeStyle;rounded=0;" edge="1" parent="1" source="e_n6" target="e_d1"><mxGeometry relative="1" as="geometry" /></mxCell>
        <mxCell id="ee10" value="Nao" style="edgeStyle=orthogonalEdgeStyle;rounded=0;fontSize=11;" edge="1" parent="1" source="e_d1" target="e_n7"><mxGeometry relative="1" as="geometry" /></mxCell>
        <mxCell id="ee11" value="Sim" style="edgeStyle=orthogonalEdgeStyle;rounded=0;fontSize=11;" edge="1" parent="1" source="e_d1" target="e_n8"><mxGeometry relative="1" as="geometry" /></mxCell>
        <mxCell id="ee12" style="edgeStyle=orthogonalEdgeStyle;rounded=0;" edge="1" parent="1" source="e_n8" target="e_n9"><mxGeometry relative="1" as="geometry" /></mxCell>
        <mxCell id="ee13" value="proximo requisito" style="edgeStyle=orthogonalEdgeStyle;rounded=0;fontSize=10;exitX=0;exitY=0;entryX=0;entryY=0.5;dashed=1;" edge="1" parent="1" source="e_n9" target="e_note1"><mxGeometry relative="1" as="geometry" /></mxCell>
        <mxCell id="ee14" value="todos requisitos processados" style="edgeStyle=orthogonalEdgeStyle;rounded=0;fontSize=10;" edge="1" parent="1" source="e_n9" target="e_n10"><mxGeometry relative="1" as="geometry" /></mxCell>
        <mxCell id="ee15" style="edgeStyle=orthogonalEdgeStyle;rounded=0;" edge="1" parent="1" source="e_n10" target="e_n11"><mxGeometry relative="1" as="geometry" /></mxCell>
        <mxCell id="ee16" style="edgeStyle=orthogonalEdgeStyle;rounded=0;" edge="1" parent="1" source="e_n11" target="e_n12"><mxGeometry relative="1" as="geometry" /></mxCell>
        <mxCell id="ee17" style="edgeStyle=orthogonalEdgeStyle;rounded=0;" edge="1" parent="1" source="e_n12" target="e_d2"><mxGeometry relative="1" as="geometry" /></mxCell>
        <mxCell id="ee18" value="Nao" style="edgeStyle=orthogonalEdgeStyle;rounded=0;fontSize=11;" edge="1" parent="1" source="e_d2" target="e_bno"><mxGeometry relative="1" as="geometry" /></mxCell>
        <mxCell id="ee19" value="Sim" style="edgeStyle=orthogonalEdgeStyle;rounded=0;fontSize=11;" edge="1" parent="1" source="e_d2" target="e_n13"><mxGeometry relative="1" as="geometry" /></mxCell>
        <mxCell id="ee20" style="edgeStyle=orthogonalEdgeStyle;rounded=0;" edge="1" parent="1" source="e_n13" target="e_d3"><mxGeometry relative="1" as="geometry" /></mxCell>
        <mxCell id="ee21" value="Sim" style="edgeStyle=orthogonalEdgeStyle;rounded=0;fontSize=11;" edge="1" parent="1" source="e_d3" target="e_n14"><mxGeometry relative="1" as="geometry" /></mxCell>
        <mxCell id="ee22" value="Nao" style="edgeStyle=orthogonalEdgeStyle;rounded=0;fontSize=11;exitX=0;exitY=0.5;entryX=0;entryY=0.5;" edge="1" parent="1" source="e_d3" target="e_end"><mxGeometry relative="1" as="geometry" /></mxCell>
        <mxCell id="ee23" style="edgeStyle=orthogonalEdgeStyle;rounded=0;" edge="1" parent="1" source="e_n14" target="e_n15"><mxGeometry relative="1" as="geometry" /></mxCell>
        <mxCell id="ee24" style="edgeStyle=orthogonalEdgeStyle;rounded=0;" edge="1" parent="1" source="e_n15" target="e_end"><mxGeometry relative="1" as="geometry" /></mxCell>
      </root>
    </mxGraphModel>
  </diagram>

  <diagram id="refinamento" name="4 - Ciclo de refinamento humano-no-loop">
    <mxGraphModel dx="1200" dy="800" grid="1" gridSize="10" guides="1" tooltips="1" connect="1" arrows="1" fold="1" page="1" pageScale="1" pageWidth="1000" pageHeight="1200" math="0" shadow="0">
      <root>
        <mxCell id="0" />
        <mxCell id="1" parent="0" />

        <mxCell id="r_n1" value="review_story / review_epic reprova" style="ellipse;whiteSpace=wrap;fillColor=#d5e8d4;strokeColor=#82b366;fontSize=12;" vertex="1" parent="1">
          <mxGeometry x="380" y="40" width="320" height="50" as="geometry" />
        </mxCell>
        <mxCell id="r_n2" value="review_notes: apontamentos concretos&#10;(ex.: criterio nao cobre caso de erro X)" style="rounded=1;whiteSpace=wrap;fillColor=#dae8fc;strokeColor=#6c8ebf;fontSize=12;" vertex="1" parent="1">
          <mxGeometry x="380" y="120" width="320" height="50" as="geometry" />
        </mxCell>
        <mxCell id="r_n3" value="generate_clarifying_questions&#10;(LLM gerador - mistral)" style="rounded=1;whiteSpace=wrap;fillColor=#dae8fc;strokeColor=#6c8ebf;fontSize=12;" vertex="1" parent="1">
          <mxGeometry x="380" y="200" width="320" height="50" as="geometry" />
        </mxCell>
        <mxCell id="r_n4" value="Perguntas apresentadas no terminal&#10;(run.py --refinar)" style="rounded=1;whiteSpace=wrap;fillColor=#dae8fc;strokeColor=#6c8ebf;fontSize=12;" vertex="1" parent="1">
          <mxGeometry x="380" y="280" width="320" height="50" as="geometry" />
        </mxCell>
        <mxCell id="r_n5" value="Humano responde&#10;(contexto real - nao o LLM&#10;adivinhando sozinho)" style="rounded=1;whiteSpace=wrap;fillColor=#fff2cc;strokeColor=#d6b656;fontSize=12;fontStyle=1;" vertex="1" parent="1">
          <mxGeometry x="380" y="360" width="320" height="60" as="geometry" />
        </mxCell>
        <mxCell id="r_n6" value="refine_story: reescreve description,&#10;business_rules e acceptance_criteria" style="rounded=1;whiteSpace=wrap;fillColor=#dae8fc;strokeColor=#6c8ebf;fontSize=12;" vertex="1" parent="1">
          <mxGeometry x="380" y="450" width="320" height="50" as="geometry" />
        </mxCell>
        <mxCell id="r_n7" value="Revalida: validate_story + review_story" style="rounded=1;whiteSpace=wrap;fillColor=#dae8fc;strokeColor=#6c8ebf;fontSize=12;" vertex="1" parent="1">
          <mxGeometry x="380" y="530" width="320" height="50" as="geometry" />
        </mxCell>
        <mxCell id="r_d1" value="Aprovado&#10;agora?" style="rhombus;whiteSpace=wrap;fillColor=#ffe6cc;strokeColor=#d79b00;fontSize=12;" vertex="1" parent="1">
          <mxGeometry x="380" y="610" width="320" height="100" as="geometry" />
        </mxCell>
        <mxCell id="r_n8" value="Aceite humano explicito&#10;(status -&gt; ACCEPTED)" style="rounded=1;whiteSpace=wrap;fillColor=#d5e8d4;strokeColor=#82b366;fontSize=12;fontStyle=1;" vertex="1" parent="1">
          <mxGeometry x="380" y="740" width="320" height="50" as="geometry" />
        </mxCell>
        <mxCell id="r_n9" value="diff_story_versions:&#10;changelog (regras/criterios novos&#10;vs. descontinuados)" style="rounded=1;whiteSpace=wrap;fillColor=#dae8fc;strokeColor=#6c8ebf;fontSize=12;" vertex="1" parent="1">
          <mxGeometry x="380" y="820" width="320" height="60" as="geometry" />
        </mxCell>
        <mxCell id="r_d2" value="Origem era&#10;ticket Jira?" style="rhombus;whiteSpace=wrap;fillColor=#ffe6cc;strokeColor=#d79b00;fontSize=12;" vertex="1" parent="1">
          <mxGeometry x="380" y="910" width="320" height="100" as="geometry" />
        </mxCell>
        <mxCell id="r_n10" value="Pergunta se persiste no ticket&#10;-&gt; update_jira_issue" style="rounded=1;whiteSpace=wrap;fillColor=#dae8fc;strokeColor=#6c8ebf;fontSize=12;" vertex="1" parent="1">
          <mxGeometry x="380" y="1040" width="320" height="60" as="geometry" />
        </mxCell>
        <mxCell id="r_end" value="Fim" style="ellipse;whiteSpace=wrap;fillColor=#d5e8d4;strokeColor=#82b366;fontSize=12;" vertex="1" parent="1">
          <mxGeometry x="380" y="1130" width="320" height="50" as="geometry" />
        </mxCell>

        <mxCell id="re1" style="edgeStyle=orthogonalEdgeStyle;rounded=0;" edge="1" parent="1" source="r_n1" target="r_n2"><mxGeometry relative="1" as="geometry" /></mxCell>
        <mxCell id="re2" style="edgeStyle=orthogonalEdgeStyle;rounded=0;" edge="1" parent="1" source="r_n2" target="r_n3"><mxGeometry relative="1" as="geometry" /></mxCell>
        <mxCell id="re3" style="edgeStyle=orthogonalEdgeStyle;rounded=0;" edge="1" parent="1" source="r_n3" target="r_n4"><mxGeometry relative="1" as="geometry" /></mxCell>
        <mxCell id="re4" style="edgeStyle=orthogonalEdgeStyle;rounded=0;" edge="1" parent="1" source="r_n4" target="r_n5"><mxGeometry relative="1" as="geometry" /></mxCell>
        <mxCell id="re5" style="edgeStyle=orthogonalEdgeStyle;rounded=0;" edge="1" parent="1" source="r_n5" target="r_n6"><mxGeometry relative="1" as="geometry" /></mxCell>
        <mxCell id="re6" style="edgeStyle=orthogonalEdgeStyle;rounded=0;" edge="1" parent="1" source="r_n6" target="r_n7"><mxGeometry relative="1" as="geometry" /></mxCell>
        <mxCell id="re7" style="edgeStyle=orthogonalEdgeStyle;rounded=0;" edge="1" parent="1" source="r_n7" target="r_d1"><mxGeometry relative="1" as="geometry" /></mxCell>
        <mxCell id="re8" value="Nao (novo ciclo com&#10;novos review_notes)" style="edgeStyle=orthogonalEdgeStyle;rounded=0;fontSize=10;exitX=1;exitY=0.5;entryX=1;entryY=0.5;" edge="1" parent="1" source="r_d1" target="r_n3"><mxGeometry relative="1" as="geometry" /></mxCell>
        <mxCell id="re9" value="Sim" style="edgeStyle=orthogonalEdgeStyle;rounded=0;fontSize=11;" edge="1" parent="1" source="r_d1" target="r_n8"><mxGeometry relative="1" as="geometry" /></mxCell>
        <mxCell id="re10" style="edgeStyle=orthogonalEdgeStyle;rounded=0;" edge="1" parent="1" source="r_n8" target="r_n9"><mxGeometry relative="1" as="geometry" /></mxCell>
        <mxCell id="re11" style="edgeStyle=orthogonalEdgeStyle;rounded=0;" edge="1" parent="1" source="r_n9" target="r_d2"><mxGeometry relative="1" as="geometry" /></mxCell>
        <mxCell id="re12" value="Sim" style="edgeStyle=orthogonalEdgeStyle;rounded=0;fontSize=11;" edge="1" parent="1" source="r_d2" target="r_n10"><mxGeometry relative="1" as="geometry" /></mxCell>
        <mxCell id="re13" value="Nao" style="edgeStyle=orthogonalEdgeStyle;rounded=0;fontSize=11;exitX=0;exitY=0.5;entryX=0;entryY=0.5;" edge="1" parent="1" source="r_d2" target="r_end"><mxGeometry relative="1" as="geometry" /></mxCell>
        <mxCell id="re14" style="edgeStyle=orthogonalEdgeStyle;rounded=0;" edge="1" parent="1" source="r_n10" target="r_end"><mxGeometry relative="1" as="geometry" /></mxCell>
      </root>
    </mxGraphModel>
  </diagram>

  <diagram id="integracoes" name="5 - Integracoes externas">
    <mxGraphModel dx="1200" dy="800" grid="1" gridSize="10" guides="1" tooltips="1" connect="1" arrows="1" fold="1" page="1" pageScale="1" pageWidth="1120" pageHeight="880" math="0" shadow="0">
      <root>
        <mxCell id="0" />
        <mxCell id="1" parent="0" />

        <mxCell id="i_center" value="Agente&#10;(src/aqua_qe_product_owner/)" style="rounded=1;whiteSpace=wrap;fillColor=#dae8fc;strokeColor=#6c8ebf;fontSize=13;fontStyle=1;" vertex="1" parent="1">
          <mxGeometry x="440" y="440" width="280" height="80" as="geometry" />
        </mxCell>
        <mxCell id="i_ollama" value="Ollama local&#10;(host: OLLAMA_BASE_URL)&#10;&#10;mistral - gerador&#10;phi4 - revisor independente&#10;bge-m3 - embeddings" style="rounded=1;whiteSpace=wrap;fillColor=#ffe6cc;strokeColor=#d79b00;fontSize=11;" vertex="1" parent="1">
          <mxGeometry x="80" y="120" width="320" height="140" as="geometry" />
        </mxCell>
        <mxCell id="i_qdrant" value="Qdrant embarcado&#10;(.data/qdrant/, sem servidor)" style="rounded=1;whiteSpace=wrap;fillColor=#ffe6cc;strokeColor=#d79b00;fontSize=11;" vertex="1" parent="1">
          <mxGeometry x="760" y="120" width="300" height="100" as="geometry" />
        </mxCell>
        <mxCell id="i_jira" value="Jira Cloud&#10;REST API v3&#10;Basic Auth (e-mail + API token)&#10;leitura / escrita / criacao" style="rounded=1;whiteSpace=wrap;fillColor=#ffe6cc;strokeColor=#d79b00;fontSize=11;" vertex="1" parent="1">
          <mxGeometry x="80" y="680" width="320" height="120" as="geometry" />
        </mxCell>
        <mxCell id="i_confluence" value="Confluence Cloud&#10;REST API v1&#10;(mesmas credenciais do Jira)&#10;leitura de pagina" style="rounded=1;whiteSpace=wrap;fillColor=#ffe6cc;strokeColor=#d79b00;fontSize=11;" vertex="1" parent="1">
          <mxGeometry x="760" y="680" width="300" height="120" as="geometry" />
        </mxCell>

        <mxCell id="ie1" value="llm_service /&#10;embedding_service" style="edgeStyle=orthogonalEdgeStyle;rounded=0;fontSize=10;" edge="1" parent="1" source="i_center" target="i_ollama"><mxGeometry relative="1" as="geometry" /></mxCell>
        <mxCell id="ie2" value="rag_service" style="edgeStyle=orthogonalEdgeStyle;rounded=0;fontSize=10;" edge="1" parent="1" source="i_center" target="i_qdrant"><mxGeometry relative="1" as="geometry" /></mxCell>
        <mxCell id="ie3" value="jira_service" style="edgeStyle=orthogonalEdgeStyle;rounded=0;fontSize=10;" edge="1" parent="1" source="i_center" target="i_jira"><mxGeometry relative="1" as="geometry" /></mxCell>
        <mxCell id="ie4" value="confluence_service" style="edgeStyle=orthogonalEdgeStyle;rounded=0;fontSize=10;" edge="1" parent="1" source="i_center" target="i_confluence"><mxGeometry relative="1" as="geometry" /></mxCell>
      </root>
    </mxGraphModel>
  </diagram>

  <diagram id="ideiaparaprd" name="6 - Ideia para PRD e Confluence">
    <mxGraphModel dx="1200" dy="800" grid="1" gridSize="10" guides="1" tooltips="1" connect="1" arrows="1" fold="1" page="1" pageScale="1" pageWidth="1150" pageHeight="1320" math="0" shadow="0">
      <root>
        <mxCell id="0" />
        <mxCell id="1" parent="0" />

        <mxCell id="p_n1" value="Ideia informal&#10;(--modo prd)" style="ellipse;whiteSpace=wrap;fillColor=#d5e8d4;strokeColor=#82b366;fontSize=12;" vertex="1" parent="1">
          <mxGeometry x="380" y="40" width="340" height="50" as="geometry" />
        </mxCell>
        <mxCell id="p_n2" value="generate_prd (LLM gerador - mistral)" style="rounded=1;whiteSpace=wrap;fillColor=#dae8fc;strokeColor=#6c8ebf;fontSize=12;" vertex="1" parent="1">
          <mxGeometry x="380" y="120" width="340" height="50" as="geometry" />
        </mxCell>
        <mxCell id="p_n3" value="validate_prd (checklist Python puro)" style="rounded=1;whiteSpace=wrap;fillColor=#dae8fc;strokeColor=#6c8ebf;fontSize=12;" vertex="1" parent="1">
          <mxGeometry x="380" y="200" width="340" height="50" as="geometry" />
        </mxCell>
        <mxCell id="p_d1" value="Passa no&#10;checklist?" style="rhombus;whiteSpace=wrap;fillColor=#ffe6cc;strokeColor=#d79b00;fontSize=12;" vertex="1" parent="1">
          <mxGeometry x="380" y="280" width="340" height="100" as="geometry" />
        </mxCell>
        <mxCell id="p_b1" value="PENDING_CLARIFICATION:&#10;PRD incompleto" style="rounded=1;whiteSpace=wrap;fillColor=#f8cecc;strokeColor=#b85450;dashed=1;fontSize=11;" vertex="1" parent="1">
          <mxGeometry x="760" y="300" width="280" height="60" as="geometry" />
        </mxCell>
        <mxCell id="p_n4" value="review_prd (LLM revisor - phi4)" style="rounded=1;whiteSpace=wrap;fillColor=#dae8fc;strokeColor=#6c8ebf;fontSize=12;" vertex="1" parent="1">
          <mxGeometry x="380" y="410" width="340" height="50" as="geometry" />
        </mxCell>
        <mxCell id="p_d2" value="Aprovado pelo&#10;revisor?" style="rhombus;whiteSpace=wrap;fillColor=#ffe6cc;strokeColor=#d79b00;fontSize=12;" vertex="1" parent="1">
          <mxGeometry x="380" y="490" width="340" height="100" as="geometry" />
        </mxCell>
        <mxCell id="p_b2" value="Ciclo de refinamento:&#10;generate_prd_clarifying_questions -&gt;&#10;resposta humana -&gt; refine_prd -&gt; revalidar" style="shape=process;whiteSpace=wrap;fillColor=#fff2cc;strokeColor=#d6b656;fontSize=11;" vertex="1" parent="1">
          <mxGeometry x="760" y="510" width="280" height="70" as="geometry" />
        </mxCell>
        <mxCell id="p_n5" value="Aceite humano explicito -&gt;&#10;status ACCEPTED, format_prd_markdown" style="rounded=1;whiteSpace=wrap;fillColor=#d5e8d4;strokeColor=#82b366;fontSize=12;fontStyle=1;" vertex="1" parent="1">
          <mxGeometry x="380" y="620" width="340" height="60" as="geometry" />
        </mxCell>
        <mxCell id="p_n6" value="Se --saida: grava o Markdown em arquivo" style="rounded=1;whiteSpace=wrap;fillColor=#dae8fc;strokeColor=#6c8ebf;fontSize=11;dashed=1;" vertex="1" parent="1">
          <mxGeometry x="380" y="710" width="340" height="50" as="geometry" />
        </mxCell>
        <mxCell id="p_d3" value="--publicar-confluence?" style="rhombus;whiteSpace=wrap;fillColor=#ffe6cc;strokeColor=#d79b00;fontSize=12;" vertex="1" parent="1">
          <mxGeometry x="380" y="790" width="340" height="100" as="geometry" />
        </mxCell>
        <mxCell id="p_n7" value="Pergunta titulo -&gt; create_confluence_page&#10;-&gt; URL da pagina retornada" style="rounded=1;whiteSpace=wrap;fillColor=#dae8fc;strokeColor=#6c8ebf;fontSize=11;" vertex="1" parent="1">
          <mxGeometry x="380" y="920" width="340" height="60" as="geometry" />
        </mxCell>
        <mxCell id="p_d4" value="Continuar e gerar o&#10;Epico a partir deste PRD?" style="rhombus;whiteSpace=wrap;fillColor=#ffe6cc;strokeColor=#d79b00;fontSize=12;" vertex="1" parent="1">
          <mxGeometry x="380" y="1010" width="340" height="100" as="geometry" />
        </mxCell>
        <mxCell id="p_n8" value="Ver Diagrama 3:&#10;generate_epic_shape(texto_final) -&gt; ..." style="shape=process;whiteSpace=wrap;fillColor=#fff2cc;strokeColor=#d6b656;fontSize=11;" vertex="1" parent="1">
          <mxGeometry x="380" y="1140" width="340" height="60" as="geometry" />
        </mxCell>
        <mxCell id="p_end" value="Fim" style="ellipse;whiteSpace=wrap;fillColor=#d5e8d4;strokeColor=#82b366;fontSize=12;" vertex="1" parent="1">
          <mxGeometry x="380" y="1230" width="340" height="50" as="geometry" />
        </mxCell>

        <mxCell id="pe1" style="edgeStyle=orthogonalEdgeStyle;rounded=0;" edge="1" parent="1" source="p_n1" target="p_n2"><mxGeometry relative="1" as="geometry" /></mxCell>
        <mxCell id="pe2" style="edgeStyle=orthogonalEdgeStyle;rounded=0;" edge="1" parent="1" source="p_n2" target="p_n3"><mxGeometry relative="1" as="geometry" /></mxCell>
        <mxCell id="pe3" style="edgeStyle=orthogonalEdgeStyle;rounded=0;" edge="1" parent="1" source="p_n3" target="p_d1"><mxGeometry relative="1" as="geometry" /></mxCell>
        <mxCell id="pe4" value="Nao" style="edgeStyle=orthogonalEdgeStyle;rounded=0;fontSize=11;" edge="1" parent="1" source="p_d1" target="p_b1"><mxGeometry relative="1" as="geometry" /></mxCell>
        <mxCell id="pe5" value="Sim" style="edgeStyle=orthogonalEdgeStyle;rounded=0;fontSize=11;" edge="1" parent="1" source="p_d1" target="p_n4"><mxGeometry relative="1" as="geometry" /></mxCell>
        <mxCell id="pe6" style="edgeStyle=orthogonalEdgeStyle;rounded=0;" edge="1" parent="1" source="p_n4" target="p_d2"><mxGeometry relative="1" as="geometry" /></mxCell>
        <mxCell id="pe7" value="Nao" style="edgeStyle=orthogonalEdgeStyle;rounded=0;fontSize=11;" edge="1" parent="1" source="p_d2" target="p_b2"><mxGeometry relative="1" as="geometry" /></mxCell>
        <mxCell id="pe8" value="PRD refinado&#10;(revalidar)" style="edgeStyle=orthogonalEdgeStyle;rounded=0;fontSize=10;exitX=1;exitY=0;entryX=1;entryY=0.5;dashed=1;" edge="1" parent="1" source="p_b2" target="p_d1"><mxGeometry relative="1" as="geometry" /></mxCell>
        <mxCell id="pe9" value="Sim" style="edgeStyle=orthogonalEdgeStyle;rounded=0;fontSize=11;" edge="1" parent="1" source="p_d2" target="p_n5"><mxGeometry relative="1" as="geometry" /></mxCell>
        <mxCell id="pe10" style="edgeStyle=orthogonalEdgeStyle;rounded=0;" edge="1" parent="1" source="p_n5" target="p_n6"><mxGeometry relative="1" as="geometry" /></mxCell>
        <mxCell id="pe11" style="edgeStyle=orthogonalEdgeStyle;rounded=0;" edge="1" parent="1" source="p_n6" target="p_d3"><mxGeometry relative="1" as="geometry" /></mxCell>
        <mxCell id="pe12" value="Sim" style="edgeStyle=orthogonalEdgeStyle;rounded=0;fontSize=11;" edge="1" parent="1" source="p_d3" target="p_n7"><mxGeometry relative="1" as="geometry" /></mxCell>
        <mxCell id="pe13" style="edgeStyle=orthogonalEdgeStyle;rounded=0;" edge="1" parent="1" source="p_n7" target="p_d4"><mxGeometry relative="1" as="geometry" /></mxCell>
        <mxCell id="pe14" value="Nao" style="edgeStyle=orthogonalEdgeStyle;rounded=0;fontSize=11;exitX=0;exitY=0.5;entryX=0;entryY=0.5;" edge="1" parent="1" source="p_d3" target="p_d4"><mxGeometry relative="1" as="geometry" /></mxCell>
        <mxCell id="pe15" value="Sim" style="edgeStyle=orthogonalEdgeStyle;rounded=0;fontSize=11;" edge="1" parent="1" source="p_d4" target="p_n8"><mxGeometry relative="1" as="geometry" /></mxCell>
        <mxCell id="pe16" style="edgeStyle=orthogonalEdgeStyle;rounded=0;" edge="1" parent="1" source="p_n8" target="p_end"><mxGeometry relative="1" as="geometry" /></mxCell>
        <mxCell id="pe17" value="Nao" style="edgeStyle=orthogonalEdgeStyle;rounded=0;fontSize=11;exitX=0;exitY=0.5;entryX=0;entryY=0.5;" edge="1" parent="1" source="p_d4" target="p_end"><mxGeometry relative="1" as="geometry" /></mxCell>
      </root>
    </mxGraphModel>
  </diagram>
</mxfile>
